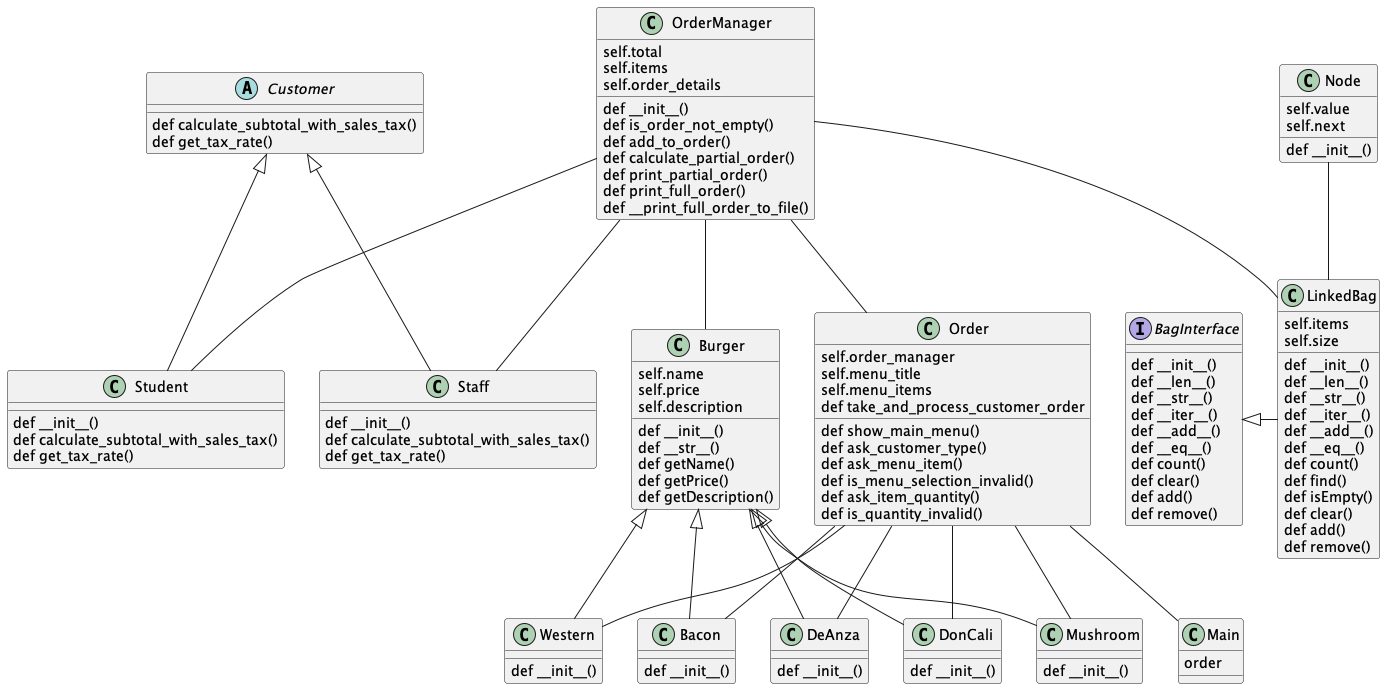
Before: Homework/midterm/order_system.png, a diagram exported from PlantUML (luisvargascr/CIST-005B-32264).
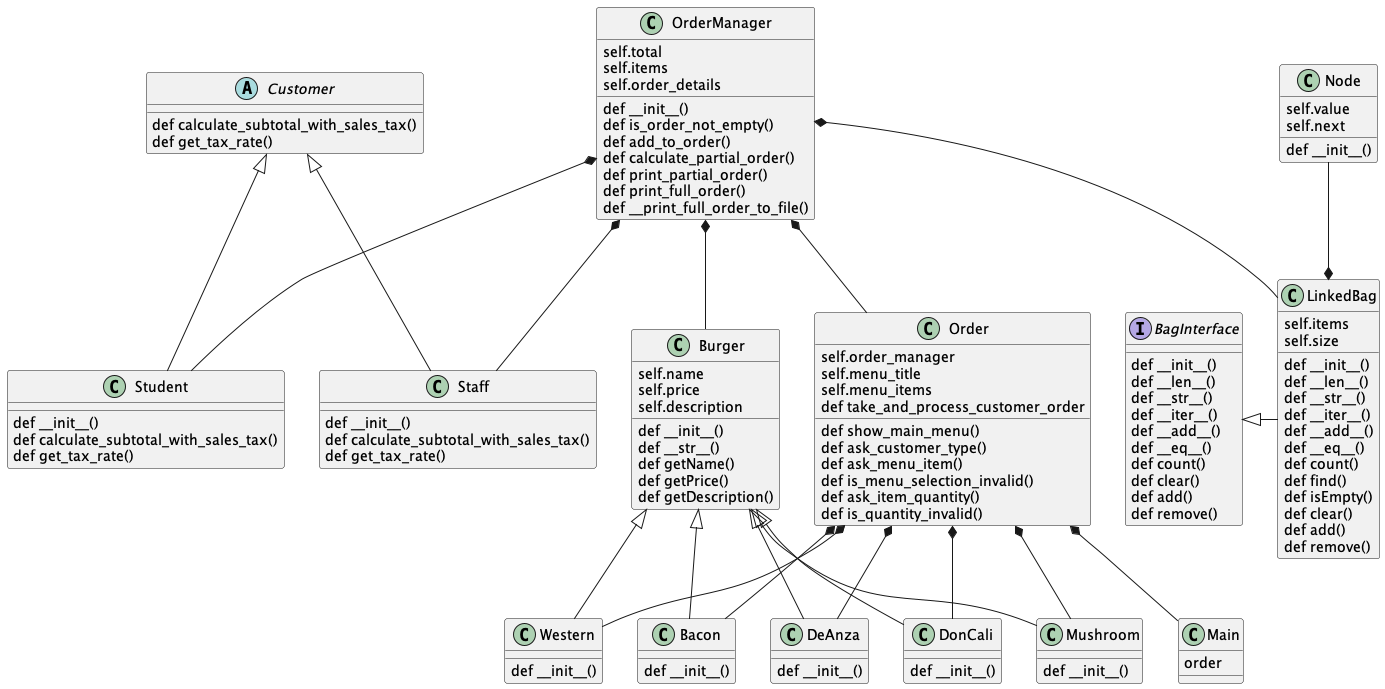
Above is the later version.

Commit message:
Updated UML diagram's PNG file for midterm.

Change to the diagram source:
```diff
@@ -119,7 +119,7 @@
 }
 
 BagInterface <|- LinkedBag
-Node -- LinkedBag
+Node --* LinkedBag
 
 Customer <|-- Student
 Customer <|-- Staff
@@ -130,17 +130,17 @@
 Burger <|-- Mushroom
 Burger <|-- Western
 
-Order -- Main
-Order -- Bacon
-Order -- DeAnza
-Order -- DonCali
-Order -- Mushroom
-Order -- Western
+Order *-- Main
+Order *-- Bacon
+Order *-- DeAnza
+Order *-- DonCali
+Order *-- Mushroom
+Order *-- Western
 
-OrderManager -- Order
-OrderManager -- Student
-OrderManager -- Staff
-OrderManager -- LinkedBag
-OrderManager -- Burger
+OrderManager *-- Order
+OrderManager *-- Student
+OrderManager *-- Staff
+OrderManager *-- LinkedBag
+OrderManager *-- Burger
 
 @enduml
```
